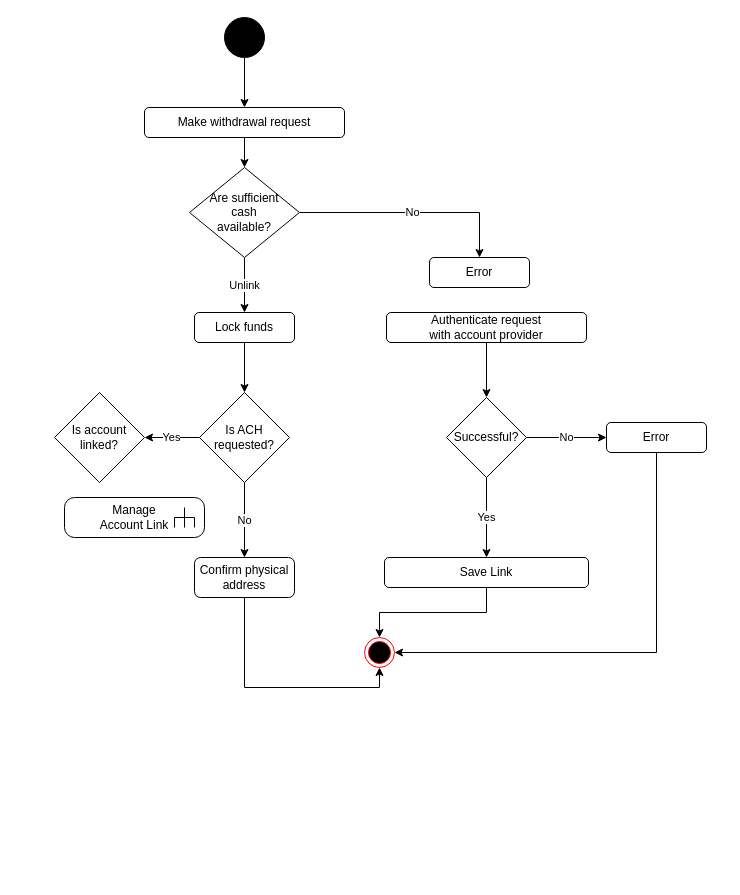
The draw.io diagram UC10:WithdrawCash.drawio in dgboulger/SpoofTraderMarket, before the edit. Source tidied: cells renumbered, new cells numbered last; positions are measured from the earlier drawing's top-left corner, leaving out a move shared by most shapes. Both pictures are drawn from the tidied source at 100%, with x=0, y=0 at pixel (54, 17).
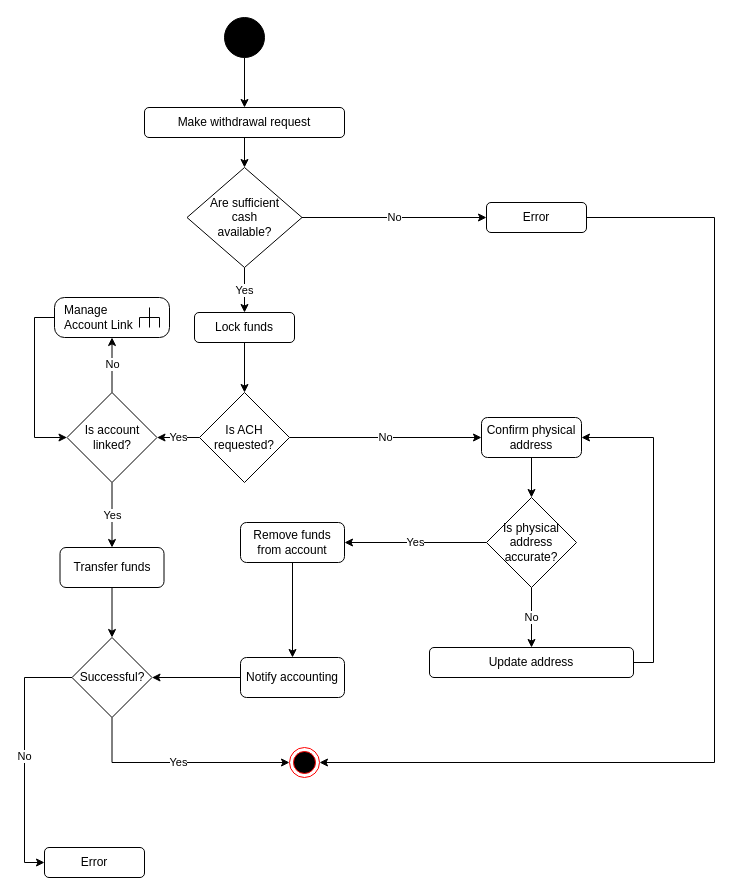
Above is the later version.

Unchanged cells that the change refers to:
```xml
<mxCell id="20" value="Lock funds" style="rounded=1;whiteSpace=wrap;html=1;fillColor=#FFFFFF;" parent="1" vertex="1">
  <mxGeometry x="140" y="295" width="100" height="30" as="geometry" />
</mxCell>
<mxCell id="23" value="Is ACH requested?" style="rhombus;whiteSpace=wrap;html=1;fillColor=#FFFFFF;" parent="1" vertex="1">
  <mxGeometry x="145" y="375" width="90" height="90" as="geometry" />
</mxCell>
```

The edit, as a diff of the source:
```diff
@@
-    <mxCell id="6" value="No" style="edgeStyle=orthogonalEdgeStyle;rounded=0;jettySize=auto;html=1;entryX=0.5;entryY=0;entryDx=0;entryDy=0;" parent="1" edge="1" source="8" target="26">
+    <mxCell id="6" value="No" style="edgeStyle=orthogonalEdgeStyle;rounded=0;jettySize=auto;html=1;entryX=0;entryY=0.5;entryDx=0;entryDy=0;" parent="1" edge="1" source="8" target="26">
       <mxGeometry relative="1" as="geometry" />
     </mxCell>
-    <mxCell id="7" value="Unlink" style="edgeStyle=orthogonalEdgeStyle;rounded=0;jettySize=auto;html=1;exitX=0.5;exitY=1;exitDx=0;exitDy=0;entryX=0.5;entryY=0;entryDx=0;entryDy=0;" parent="1" edge="1" source="8" target="20">
+    <mxCell id="7" value="Yes" style="edgeStyle=orthogonalEdgeStyle;rounded=0;jettySize=auto;html=1;exitX=0.5;exitY=1;exitDx=0;exitDy=0;entryX=0.5;entryY=0;entryDx=0;entryDy=0;" parent="1" edge="1" source="8" target="20">
       <mxGeometry relative="1" as="geometry" />
     </mxCell>
     <mxCell id="8" value="Are sufficient &lt;br&gt;cash &lt;br&gt;available?" style="rhombus;whiteSpace=wrap;html=1;fillColor=#FFFFFF;" parent="1" vertex="1">
-      <mxGeometry x="135" y="150" width="110" height="90" as="geometry" />
+      <mxGeometry x="132.5" y="150" width="115" height="100" as="geometry" />
     </mxCell>
-    <mxCell id="9" value="Yes" style="edgeStyle=orthogonalEdgeStyle;rounded=0;jettySize=auto;html=1;exitX=0.5;exitY=1;exitDx=0;exitDy=0;" parent="1" edge="1" source="18" target="11">
-      <mxGeometry relative="1" as="geometry" />
-    </mxCell>
-    <mxCell id="10" value="No" style="edgeStyle=orthogonalEdgeStyle;rounded=0;jettySize=auto;html=1;entryX=0;entryY=0.5;entryDx=0;entryDy=0;endArrow=classic;endFill=1;" parent="1" edge="1" source="18" target="16">
-      <mxGeometry relative="1" as="geometry" />
-    </mxCell>
-    <mxCell id="11" value="Save Link" style="rounded=1;whiteSpace=wrap;html=1;fillColor=#FFFFFF;" parent="1" vertex="1">
-      <mxGeometry x="330" y="540" width="204" height="30" as="geometry" />
-    </mxCell>
-    <mxCell id="12" style="ellipse;html=1;shape=endState;fillColor=#000000;strokeColor=#ff0000;" parent="1" vertex="1">
-      <mxGeometry x="310" y="620" width="30" height="30" as="geometry" />
-    </mxCell>
-    <mxCell id="13" style="edgeStyle=orthogonalEdgeStyle;rounded=0;jettySize=auto;html=1;entryX=0.5;entryY=0;entryDx=0;entryDy=0;exitX=0.5;exitY=1;exitDx=0;exitDy=0;" parent="1" edge="1" source="14" target="18">
-      <mxGeometry relative="1" as="geometry" />
-    </mxCell>
-    <mxCell id="14" value="Authenticate request &lt;br&gt;with account provider" style="rounded=1;whiteSpace=wrap;html=1;fillColor=#FFFFFF;" parent="1" vertex="1">
-      <mxGeometry x="332" y="295" width="200" height="30" as="geometry" />
-    </mxCell>
-    <mxCell id="15" style="edgeStyle=orthogonalEdgeStyle;rounded=0;jettySize=auto;html=1;exitX=0.5;exitY=1;exitDx=0;exitDy=0;entryX=1;entryY=0.5;entryDx=0;entryDy=0;" parent="1" edge="1" source="16" target="12">
-      <mxGeometry relative="1" as="geometry">
-        <Array as="points">
-          <mxPoint x="602" y="635" />
-        </Array>
-      </mxGeometry>
-    </mxCell>
-    <mxCell id="16" value="Error" style="rounded=1;whiteSpace=wrap;html=1;fillColor=#FFFFFF;" parent="1" vertex="1">
-      <mxGeometry x="552" y="405" width="100" height="30" as="geometry" />
-    </mxCell>
-    <mxCell id="17" style="edgeStyle=orthogonalEdgeStyle;rounded=0;jettySize=auto;html=1;entryX=0.5;entryY=0;entryDx=0;entryDy=0;exitX=0.5;exitY=1;exitDx=0;exitDy=0;" parent="1" edge="1" source="11" target="12">
-      <mxGeometry relative="1" as="geometry" />
-    </mxCell>
-    <mxCell id="18" value="Successful?" style="rhombus;whiteSpace=wrap;html=1;fillColor=#FFFFFF;" parent="1" vertex="1">
-      <mxGeometry x="392" y="380" width="80" height="80" as="geometry" />
-    </mxCell>
@@
-    <mxCell id="21" value="No" style="edgeStyle=orthogonalEdgeStyle;rounded=0;jettySize=auto;html=1;entryX=0.5;entryY=0;entryDx=0;entryDy=0;" parent="1" edge="1" source="23" target="25">
+    <mxCell id="21" value="No" style="edgeStyle=orthogonalEdgeStyle;rounded=0;jettySize=auto;html=1;entryX=0;entryY=0.5;entryDx=0;entryDy=0;" parent="1" edge="1" source="23" target="25">
       <mxGeometry relative="1" as="geometry" />
     </mxCell>
@@
-    <mxCell id="24" style="edgeStyle=orthogonalEdgeStyle;rounded=0;jettySize=auto;html=1;entryX=0.5;entryY=1;entryDx=0;entryDy=0;exitX=0.5;exitY=1;exitDx=0;exitDy=0;" parent="1" edge="1" source="25" target="12">
+    <mxCell id="24" style="edgeStyle=orthogonalEdgeStyle;rounded=0;jettySize=auto;html=1;entryX=0.5;entryY=0;entryDx=0;entryDy=0;exitX=0.5;exitY=1;exitDx=0;exitDy=0;" parent="1" edge="1" source="25" target="35">
       <mxGeometry relative="1" as="geometry" />
     </mxCell>
     <mxCell id="25" value="Confirm physical address" style="rounded=1;whiteSpace=wrap;html=1;fillColor=#FFFFFF;" parent="1" vertex="1">
-      <mxGeometry x="140" y="540" width="100" height="40" as="geometry" />
+      <mxGeometry x="427" y="400" width="100" height="40" as="geometry" />
     </mxCell>
+    <mxCell id="29" style="edgeStyle=orthogonalEdgeStyle;rounded=0;jettySize=auto;html=1;entryX=1;entryY=0.5;entryDx=0;entryDy=0;" parent="1" edge="1" source="26" target="43">
+      <mxGeometry relative="1" as="geometry">
+        <Array as="points">
+          <mxPoint x="660" y="200" />
+          <mxPoint x="660" y="745" />
+        </Array>
+      </mxGeometry>
+    </mxCell>
     <mxCell id="26" value="Error" style="rounded=1;whiteSpace=wrap;html=1;fillColor=#FFFFFF;" parent="1" vertex="1">
-      <mxGeometry x="375" y="240" width="100" height="30" as="geometry" />
+      <mxGeometry x="432" y="185" width="100" height="30" as="geometry" />
     </mxCell>
+    <mxCell id="30" value="No" style="edgeStyle=orthogonalEdgeStyle;rounded=0;jettySize=auto;html=1;exitX=0.5;exitY=0;exitDx=0;exitDy=0;entryX=0.5;entryY=1;entryDx=0;entryDy=0;entryPerimeter=0;" parent="1" edge="1" source="27" target="28">
+      <mxGeometry relative="1" as="geometry" />
+    </mxCell>
+    <mxCell id="31" value="Yes" style="edgeStyle=orthogonalEdgeStyle;rounded=0;jettySize=auto;html=1;" parent="1" edge="1" source="27" target="41">
+      <mxGeometry relative="1" as="geometry" />
+    </mxCell>
     <mxCell id="27" value="Is account linked?" style="rhombus;whiteSpace=wrap;html=1;fillColor=#FFFFFF;" parent="1" vertex="1">
-      <mxGeometry y="375" width="90" height="90" as="geometry" />
+      <mxGeometry x="12.5" y="375" width="90" height="90" as="geometry" />
     </mxCell>
+    <mxCell id="32" style="edgeStyle=orthogonalEdgeStyle;rounded=0;jettySize=auto;html=1;exitX=0;exitY=0.5;exitDx=0;exitDy=0;exitPerimeter=0;entryX=0;entryY=0.5;entryDx=0;entryDy=0;" parent="1" edge="1" source="28" target="27">
+      <mxGeometry relative="1" as="geometry" />
+    </mxCell>
-    <mxCell id="28" value="Manage &lt;br&gt;Account Link" style="html=1;shape=mxgraph.sysml.callBehAct;whiteSpace=wrap;align=center;" parent="1" vertex="1">
-      <mxGeometry x="10" y="480" width="140" height="40" as="geometry" />
+    <mxCell id="28" value="Manage &lt;br&gt;Account Link" style="html=1;shape=mxgraph.sysml.callBehAct;whiteSpace=wrap;align=left;spacingLeft=8;" parent="1" vertex="1">
+      <mxGeometry y="280" width="115" height="40" as="geometry" />
     </mxCell>
+    <mxCell id="33" value="No" style="edgeStyle=orthogonalEdgeStyle;rounded=0;jettySize=auto;html=1;entryX=0.5;entryY=0;entryDx=0;entryDy=0;" parent="1" edge="1" source="35" target="37">
+      <mxGeometry relative="1" as="geometry" />
+    </mxCell>
+    <mxCell id="34" value="Yes" style="edgeStyle=orthogonalEdgeStyle;rounded=0;jettySize=auto;html=1;entryX=1;entryY=0.5;entryDx=0;entryDy=0;" parent="1" edge="1" source="35" target="39">
+      <mxGeometry relative="1" as="geometry" />
+    </mxCell>
+    <mxCell id="35" value="Is physical address accurate?" style="rhombus;whiteSpace=wrap;html=1;fillColor=#FFFFFF;" parent="1" vertex="1">
+      <mxGeometry x="432" y="480" width="90" height="90" as="geometry" />
+    </mxCell>
+    <mxCell id="36" style="edgeStyle=orthogonalEdgeStyle;rounded=0;jettySize=auto;html=1;entryX=1;entryY=0.5;entryDx=0;entryDy=0;exitX=1;exitY=0.5;exitDx=0;exitDy=0;" parent="1" edge="1" source="37" target="25">
+      <mxGeometry relative="1" as="geometry" />
+    </mxCell>
+    <mxCell id="37" value="Update address" style="rounded=1;whiteSpace=wrap;html=1;fillColor=#FFFFFF;" parent="1" vertex="1">
+      <mxGeometry x="375" y="630" width="204" height="30" as="geometry" />
+    </mxCell>
+    <mxCell id="38" style="edgeStyle=orthogonalEdgeStyle;rounded=0;jettySize=auto;html=1;" parent="1" edge="1" source="39" target="45">
+      <mxGeometry relative="1" as="geometry" />
+    </mxCell>
+    <mxCell id="39" value="Remove funds from account" style="rounded=1;whiteSpace=wrap;html=1;fillColor=#FFFFFF;" parent="1" vertex="1">
+      <mxGeometry x="186" y="505" width="104" height="40" as="geometry" />
+    </mxCell>
+    <mxCell id="40" style="edgeStyle=orthogonalEdgeStyle;rounded=0;jettySize=auto;html=1;entryX=0.5;entryY=0;entryDx=0;entryDy=0;" parent="1" edge="1" source="41" target="18">
+      <mxGeometry relative="1" as="geometry" />
+    </mxCell>
+    <mxCell id="41" value="Transfer funds" style="rounded=1;whiteSpace=wrap;html=1;fillColor=#FFFFFF;" parent="1" vertex="1">
+      <mxGeometry x="5.5" y="530" width="104" height="40" as="geometry" />
+    </mxCell>
+    <mxCell id="42" value="Yes" style="edgeStyle=orthogonalEdgeStyle;rounded=0;jettySize=auto;html=1;entryX=0;entryY=0.5;entryDx=0;entryDy=0;exitX=0.5;exitY=1;exitDx=0;exitDy=0;" parent="1" edge="1" source="18" target="43">
+      <mxGeometry relative="1" as="geometry" />
+    </mxCell>
+    <mxCell id="10" value="No" style="edgeStyle=orthogonalEdgeStyle;rounded=0;jettySize=auto;html=1;entryX=0;entryY=0.5;entryDx=0;entryDy=0;exitX=0;exitY=0.5;exitDx=0;exitDy=0;" parent="1" edge="1" source="18" target="16">
+      <mxGeometry relative="1" as="geometry" />
+    </mxCell>
+    <mxCell id="18" value="Successful?" style="rhombus;whiteSpace=wrap;html=1;fillColor=#FFFFFF;" parent="1" vertex="1">
+      <mxGeometry x="17.5" y="620" width="80" height="80" as="geometry" />
+    </mxCell>
+    <mxCell id="43" style="ellipse;html=1;shape=endState;fillColor=#000000;strokeColor=#ff0000;" parent="1" vertex="1">
+      <mxGeometry x="235" y="730" width="30" height="30" as="geometry" />
+    </mxCell>
+    <mxCell id="16" value="Error" style="rounded=1;whiteSpace=wrap;html=1;fillColor=#FFFFFF;" parent="1" vertex="1">
+      <mxGeometry x="-10" y="830" width="100" height="30" as="geometry" />
+    </mxCell>
+    <mxCell id="44" style="edgeStyle=orthogonalEdgeStyle;rounded=0;jettySize=auto;html=1;entryX=1;entryY=0.5;entryDx=0;entryDy=0;exitX=0;exitY=0.5;exitDx=0;exitDy=0;" parent="1" edge="1" source="45" target="18">
+      <mxGeometry relative="1" as="geometry" />
+    </mxCell>
+    <mxCell id="45" value="Notify accounting" style="rounded=1;whiteSpace=wrap;html=1;fillColor=#FFFFFF;" parent="1" vertex="1">
+      <mxGeometry x="186" y="640" width="104" height="40" as="geometry" />
+    </mxCell>
```
